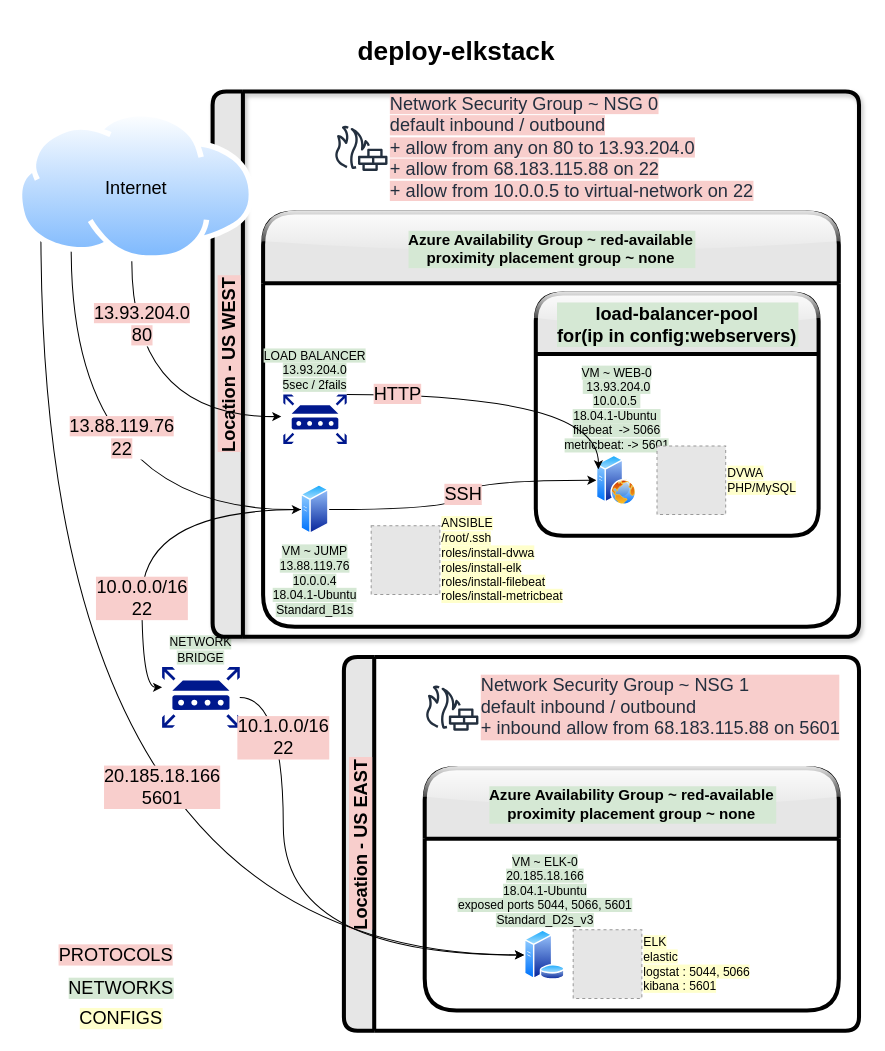
Earlier version of the draw.io diagram Diagrams/deploy-elkstack.drawio (robforee/deploy-elkstack). Source tidied: cells renumbered, new cells numbered last; positions are measured from the earlier drawing's top-left corner, leaving out a move shared by most shapes. Both pictures are drawn from the tidied source at 101%, with x=0, y=0 at pixel (17, 20). Pictures stored in the file or linked from it are replaced by grey dashed boxes.
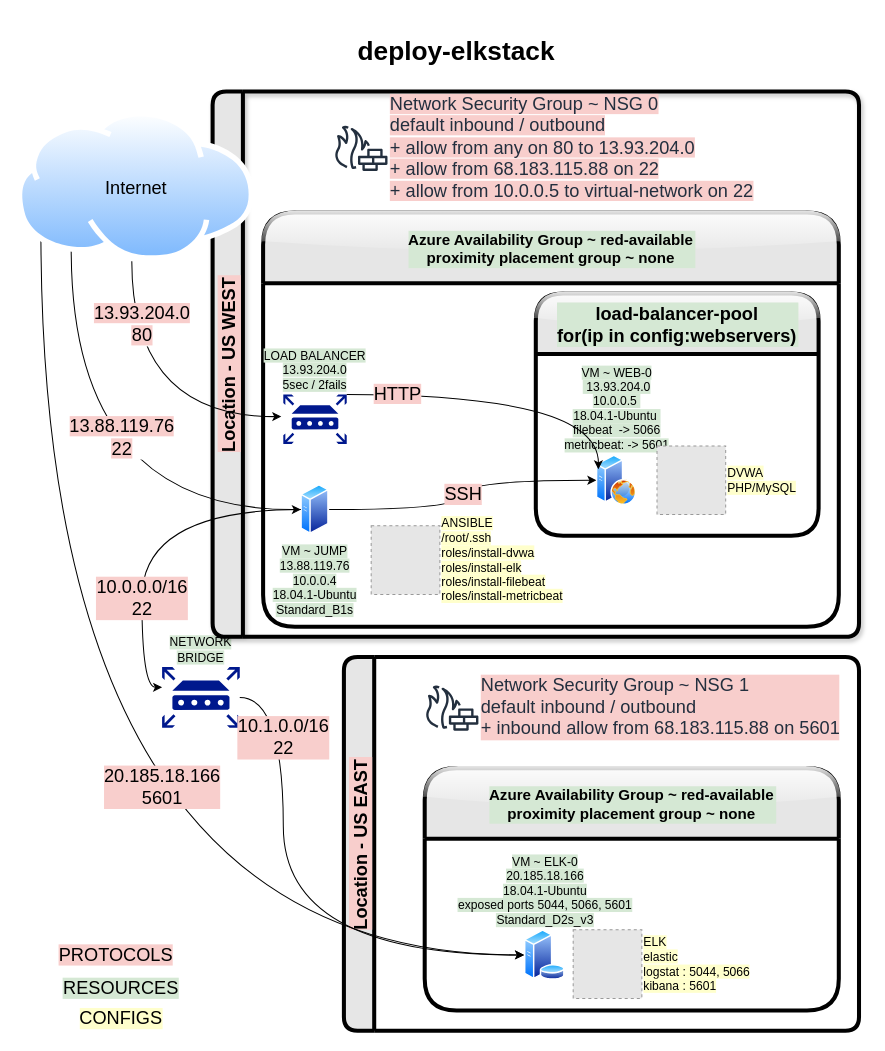
The same diagram, later.

What changed in the source:
```diff
@@
-    <mxCell id="16" value="NETWORKS" style="text;html=1;align=center;verticalAlign=middle;strokeColor=none;fillColor=none;fontSize=18;labelBackgroundColor=#D5E8D4;" parent="1" vertex="1">
-      <mxGeometry x="42" y="943.2" width="120" height="30" as="geometry" />
+    <mxCell id="16" value="RESOURCES" style="text;html=1;align=center;verticalAlign=middle;strokeColor=none;fillColor=none;fontSize=18;labelBackgroundColor=#D5E8D4;" parent="1" vertex="1">
+      <mxGeometry x="37" y="943.2" width="130" height="30" as="geometry" />
     </mxCell>
```
